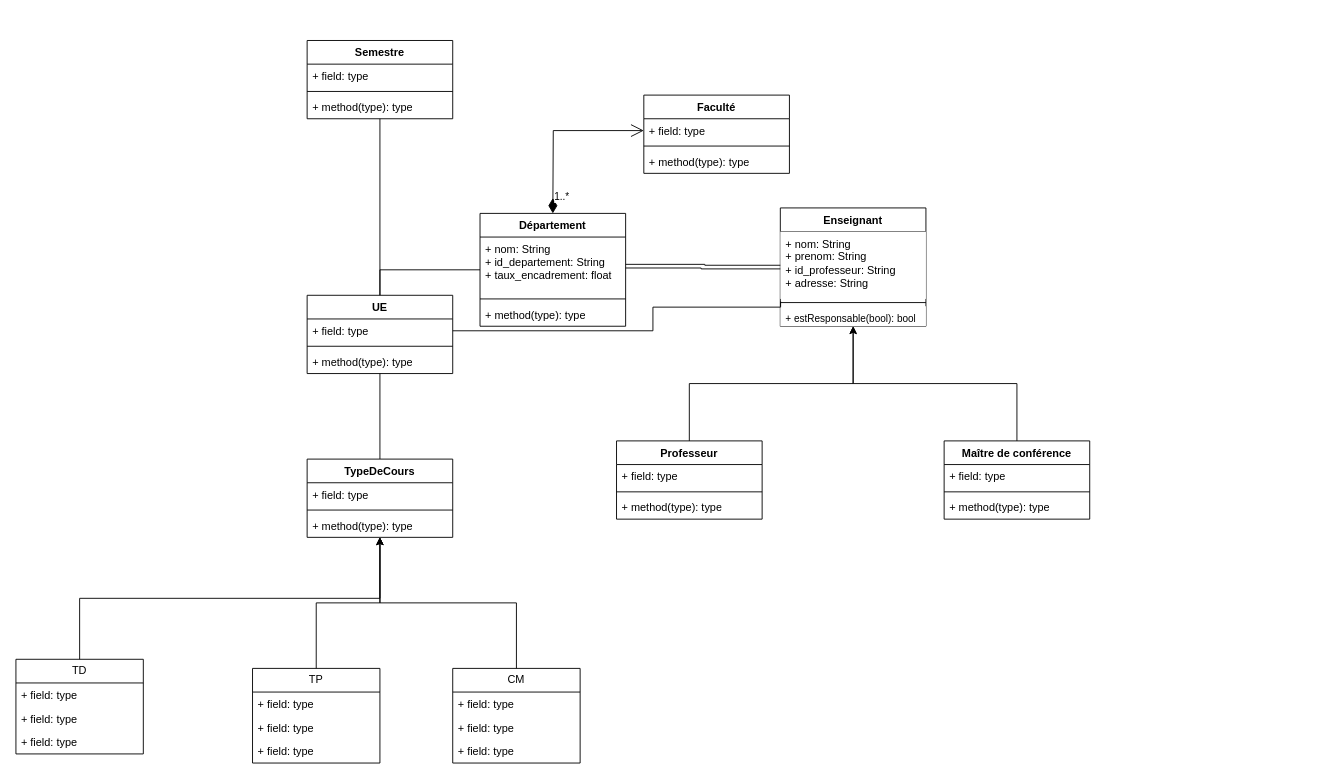
Earlier version of the draw.io diagram UML.drawio (PolleEdouard/projet_POO). Source tidied: cells renumbered, new cells numbered last; positions are measured from the earlier drawing's top-left corner, leaving out a move shared by most shapes. Both pictures are drawn from the tidied source at 91%, with x=0, y=0 at pixel (15, 40).
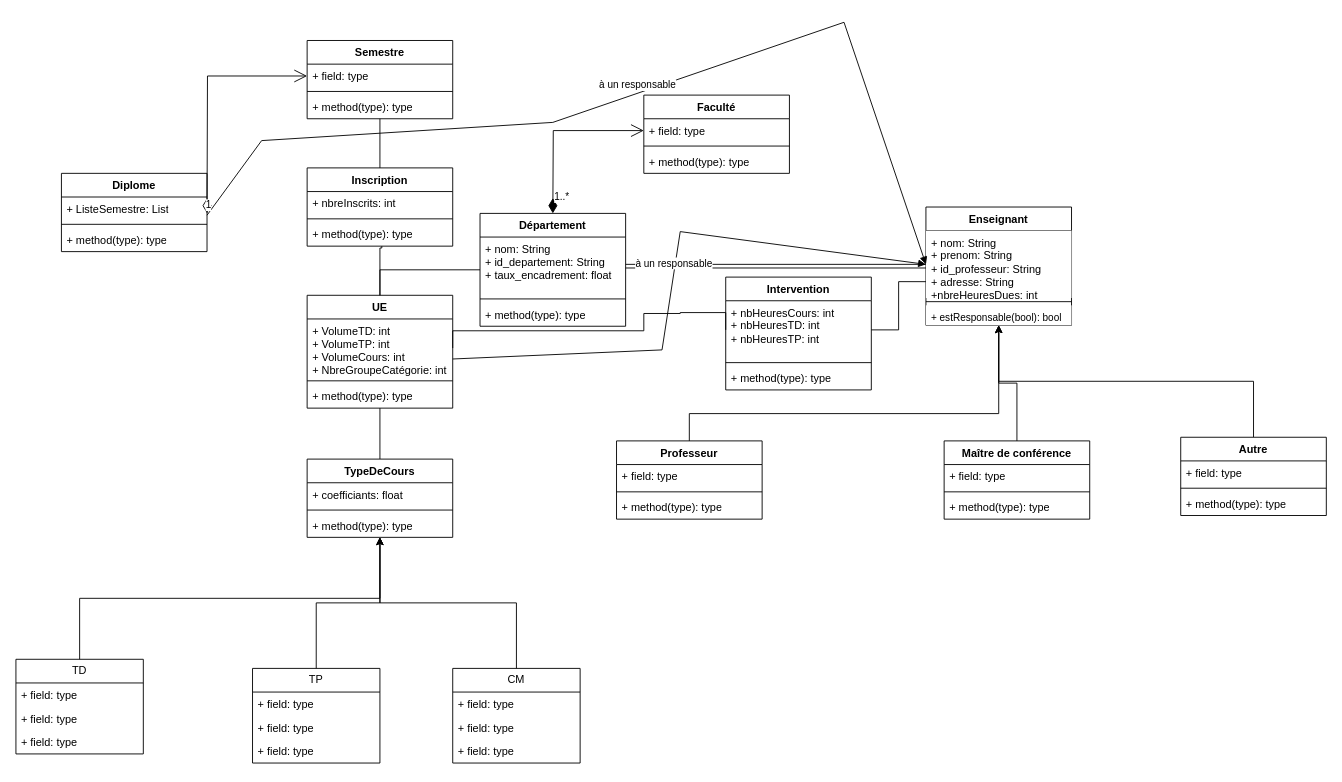
The same page after the edit.

Commit message:
Mise à jour de l'UML, normalement il s'agit de la version finale mais il faudra tout de même rajouter les multiplicités

The change refers to these unchanged cells:
```xml
<mxCell id="8" value="TypeDeCours" style="swimlane;fontStyle=1;align=center;verticalAlign=top;horizontal=1;startSize=26;whiteSpace=wrap;html=1;" parent="1" vertex="1">
  <mxGeometry x="320" y="460" width="160" height="86" as="geometry" />
</mxCell>
<mxCell id="27" value="Semestre" style="swimlane;fontStyle=1;align=center;verticalAlign=top;horizontal=1;startSize=26;whiteSpace=wrap;html=1;" parent="1" vertex="1">
  <mxGeometry x="320" width="160" height="86" as="geometry" />
</mxCell>
<mxCell id="28" value="+ field: type" style="text;strokeColor=none;fillColor=none;align=left;verticalAlign=top;spacingLeft=4;spacingRight=4;overflow=hidden;points=[[0,0.5],[1,0.5]];portConstraint=eastwest;whiteSpace=wrap;html=1;" parent="27" vertex="1">
  <mxGeometry y="26" width="160" height="26" as="geometry" />
</mxCell>
<mxCell id="46" value="Professeur" style="swimlane;fontStyle=1;align=center;verticalAlign=top;horizontal=1;startSize=26;whiteSpace=wrap;html=1;" parent="1" vertex="1">
  <mxGeometry x="660" y="440" width="160" height="86" as="geometry" />
</mxCell>
```

What changed in the source:
```diff
@@
-    <mxCell id="2" style="edgeStyle=orthogonalEdgeStyle;rounded=0;jettySize=auto;html=1;exitX=0.5;exitY=0;exitDx=0;exitDy=0;endArrow=none;endFill=0;" parent="1" edge="1" source="3" target="27">
+    <mxCell id="2" style="edgeStyle=orthogonalEdgeStyle;rounded=0;jettySize=auto;html=1;exitX=0.5;exitY=0;exitDx=0;exitDy=0;endArrow=none;endFill=0;" parent="1" edge="1" source="62" target="27">
       <mxGeometry relative="1" as="geometry" />
     </mxCell>
     <mxCell id="3" value="UE" style="swimlane;fontStyle=1;align=center;verticalAlign=top;horizontal=1;startSize=26;whiteSpace=wrap;html=1;" parent="1" vertex="1">
-      <mxGeometry x="320" y="280" width="160" height="86" as="geometry" />
+      <mxGeometry x="320" y="280" width="160" height="124" as="geometry" />
     </mxCell>
-    <mxCell id="4" value="+ field: type" style="text;strokeColor=none;fillColor=none;align=left;verticalAlign=top;spacingLeft=4;spacingRight=4;overflow=hidden;points=[[0,0.5],[1,0.5]];portConstraint=eastwest;whiteSpace=wrap;html=1;" parent="3" vertex="1">
-      <mxGeometry y="26" width="160" height="26" as="geometry" />
+    <mxCell id="4" value="+ VolumeTD: int&lt;br&gt;+ VolumeTP: int&lt;br&gt;+ VolumeCours: int&lt;div&gt;+ NbreGroupeCatégorie: int&lt;/div&gt;" style="text;strokeColor=none;fillColor=none;align=left;verticalAlign=top;spacingLeft=4;spacingRight=4;overflow=hidden;points=[[0,0.5],[1,0.5]];portConstraint=eastwest;whiteSpace=wrap;html=1;" parent="3" vertex="1">
+      <mxGeometry y="26" width="160" height="64" as="geometry" />
     </mxCell>
     <mxCell id="5" style="line;strokeWidth=1;fillColor=none;align=left;verticalAlign=middle;spacingTop=-1;spacingLeft=3;spacingRight=3;labelPosition=right;strokeColor=inherit;" parent="3" vertex="1">
-      <mxGeometry y="52" width="160" height="8" as="geometry" />
+      <mxGeometry y="90" width="160" height="8" as="geometry" />
     </mxCell>
     <mxCell id="6" value="+ method(type): type" style="text;strokeColor=none;fillColor=none;align=left;verticalAlign=top;spacingLeft=4;spacingRight=4;overflow=hidden;whiteSpace=wrap;html=1;" parent="3" vertex="1">
-      <mxGeometry y="60" width="160" height="26" as="geometry" />
+      <mxGeometry y="98" width="160" height="26" as="geometry" />
     </mxCell>
@@
-    <mxCell id="9" value="+ field: type" style="text;strokeColor=none;fillColor=none;align=left;verticalAlign=top;spacingLeft=4;spacingRight=4;overflow=hidden;whiteSpace=wrap;html=1;" parent="8" vertex="1">
+    <mxCell id="9" value="+ coefficiants: float" style="text;strokeColor=none;fillColor=none;align=left;verticalAlign=top;spacingLeft=4;spacingRight=4;overflow=hidden;whiteSpace=wrap;html=1;" parent="8" vertex="1">
       <mxGeometry y="26" width="160" height="26" as="geometry" />
     </mxCell>
@@
     <mxCell id="37" value="Enseignant" style="swimlane;fontStyle=1;align=center;verticalAlign=top;horizontal=1;startSize=26;whiteSpace=wrap;html=1;fillColor=default;" parent="1" vertex="1">
-      <mxGeometry x="840" y="184" width="160" height="130" as="geometry" />
+      <mxGeometry x="1000" y="183" width="160" height="130" as="geometry" />
     </mxCell>
-    <mxCell id="38" value="+ nom: String&lt;div&gt;+ prenom: String&lt;/div&gt;&lt;div&gt;+ id_professeur: String&lt;/div&gt;&lt;div&gt;+ adresse: String&lt;/div&gt;" style="text;strokeColor=none;fillColor=default;align=left;verticalAlign=top;spacingLeft=4;spacingRight=4;overflow=hidden;points=[[0,0.5],[1,0.5]];portConstraint=eastwest;whiteSpace=wrap;html=1;" parent="37" vertex="1">
+    <mxCell id="38" value="+ nom: String&lt;div&gt;+ prenom: String&lt;/div&gt;&lt;div&gt;+ id_professeur: String&lt;/div&gt;&lt;div&gt;+ adresse: String&lt;/div&gt;&lt;div&gt;+nbreHeuresDues: int&lt;/div&gt;" style="text;strokeColor=none;fillColor=default;align=left;verticalAlign=top;spacingLeft=4;spacingRight=4;overflow=hidden;points=[[0,0.5],[1,0.5]];portConstraint=eastwest;whiteSpace=wrap;html=1;" parent="37" vertex="1">
       <mxGeometry y="26" width="160" height="74" as="geometry" />
     </mxCell>
@@
     <mxCell id="45" style="edgeStyle=orthogonalEdgeStyle;rounded=0;jettySize=auto;html=1;exitX=0.5;exitY=0;exitDx=0;exitDy=0;" parent="1" edge="1" source="46" target="37">
-      <mxGeometry relative="1" as="geometry" />
+      <mxGeometry relative="1" as="geometry">
+        <Array as="points">
+          <mxPoint x="740" y="410" />
+          <mxPoint x="1080" y="410" />
+        </Array>
+      </mxGeometry>
     </mxCell>
@@
-    <mxCell id="56" style="edgeStyle=orthogonalEdgeStyle;rounded=0;jettySize=auto;html=1;exitX=1;exitY=0.5;exitDx=0;exitDy=0;entryX=0.002;entryY=1.037;entryDx=0;entryDy=0;entryPerimeter=0;endArrow=none;endFill=0;" parent="1" edge="1" source="4" target="38">
+    <mxCell id="56" style="edgeStyle=orthogonalEdgeStyle;rounded=0;jettySize=auto;html=1;exitX=1;exitY=0.5;exitDx=0;exitDy=0;entryX=0;entryY=0.5;entryDx=0;entryDy=0;endArrow=none;endFill=0;" parent="1" edge="1" source="4" target="58">
       <mxGeometry relative="1" as="geometry">
         <Array as="points">
-          <mxPoint x="700" y="319" />
-          <mxPoint x="700" y="293" />
+          <mxPoint x="690" y="319" />
+          <mxPoint x="690" y="300" />
+          <mxPoint x="730" y="300" />
+          <mxPoint x="730" y="299" />
         </Array>
       </mxGeometry>
     </mxCell>
+    <mxCell id="57" value="Intervention" style="swimlane;fontStyle=1;align=center;verticalAlign=top;horizontal=1;startSize=26;whiteSpace=wrap;html=1;" parent="1" vertex="1">
+      <mxGeometry x="780" y="260" width="160" height="124" as="geometry" />
+    </mxCell>
+    <mxCell id="58" value="+ nbHeuresCours: int&lt;div&gt;+ nbHeuresTD: int&lt;br&gt;+ nbHeuresTP: int&lt;/div&gt;" style="text;strokeColor=none;fillColor=none;align=left;verticalAlign=top;spacingLeft=4;spacingRight=4;overflow=hidden;points=[[0,0.5],[1,0.5]];portConstraint=eastwest;whiteSpace=wrap;html=1;" parent="57" vertex="1">
+      <mxGeometry y="26" width="160" height="64" as="geometry" />
+    </mxCell>
+    <mxCell id="59" style="line;strokeWidth=1;fillColor=none;align=left;verticalAlign=middle;spacingTop=-1;spacingLeft=3;spacingRight=3;labelPosition=right;strokeColor=inherit;" parent="57" vertex="1">
+      <mxGeometry y="90" width="160" height="8" as="geometry" />
+    </mxCell>
+    <mxCell id="60" value="+ method(type): type" style="text;strokeColor=none;fillColor=none;align=left;verticalAlign=top;spacingLeft=4;spacingRight=4;overflow=hidden;whiteSpace=wrap;html=1;" parent="57" vertex="1">
+      <mxGeometry y="98" width="160" height="26" as="geometry" />
+    </mxCell>
+    <mxCell id="61" style="edgeStyle=orthogonalEdgeStyle;rounded=0;jettySize=auto;html=1;exitX=1;exitY=0.5;exitDx=0;exitDy=0;entryX=0;entryY=0.757;entryDx=0;entryDy=0;endArrow=none;endFill=0;entryPerimeter=0;" parent="1" edge="1" source="58" target="38">
+      <mxGeometry relative="1" as="geometry" />
+    </mxCell>
+    <mxCell id="62" value="Inscription" style="swimlane;fontStyle=1;align=center;verticalAlign=top;horizontal=1;startSize=26;whiteSpace=wrap;html=1;" parent="1" vertex="1">
+      <mxGeometry x="320" y="140" width="160" height="86" as="geometry" />
+    </mxCell>
+    <mxCell id="63" value="+ nbreInscrits: int" style="text;strokeColor=none;fillColor=none;align=left;verticalAlign=top;spacingLeft=4;spacingRight=4;overflow=hidden;whiteSpace=wrap;html=1;" parent="62" vertex="1">
+      <mxGeometry y="26" width="160" height="26" as="geometry" />
+    </mxCell>
+    <mxCell id="64" value="à un responsable" style="html=1;verticalAlign=bottom;endArrow=block;curved=0;rounded=0;entryX=0;entryY=0.5;entryDx=0;entryDy=0;" parent="62" edge="1" target="38">
+      <mxGeometry relative="1" as="geometry">
+        <mxPoint x="-110" y="52" as="sourcePoint" />
+        <Array as="points">
+          <mxPoint x="-50" y="-30" />
+          <mxPoint x="270" y="-50" />
+          <mxPoint x="590" y="-160" />
+        </Array>
+      </mxGeometry>
+    </mxCell>
+    <mxCell id="65" style="line;strokeWidth=1;fillColor=none;align=left;verticalAlign=middle;spacingTop=-1;spacingLeft=3;spacingRight=3;labelPosition=right;strokeColor=inherit;" parent="62" vertex="1">
+      <mxGeometry y="52" width="160" height="8" as="geometry" />
+    </mxCell>
+    <mxCell id="66" value="+ method(type): type" style="text;strokeColor=none;fillColor=none;align=left;verticalAlign=top;spacingLeft=4;spacingRight=4;overflow=hidden;points=[[0,0.5],[1,0.5]];portConstraint=eastwest;whiteSpace=wrap;html=1;" parent="62" vertex="1">
+      <mxGeometry y="60" width="160" height="26" as="geometry" />
+    </mxCell>
+    <mxCell id="67" style="edgeStyle=orthogonalEdgeStyle;rounded=0;jettySize=auto;html=1;exitX=0.5;exitY=0;exitDx=0;exitDy=0;entryX=0.513;entryY=1;entryDx=0;entryDy=0;entryPerimeter=0;endArrow=none;endFill=0;" parent="1" edge="1" source="3" target="66">
+      <mxGeometry relative="1" as="geometry">
+        <Array as="points">
+          <mxPoint x="400" y="228" />
+          <mxPoint x="402" y="228" />
+        </Array>
+      </mxGeometry>
+    </mxCell>
+    <mxCell id="68" value="Diplome" style="swimlane;fontStyle=1;align=center;verticalAlign=top;horizontal=1;startSize=26;whiteSpace=wrap;html=1;" parent="1" vertex="1">
+      <mxGeometry x="50" y="146" width="160" height="86" as="geometry" />
+    </mxCell>
+    <mxCell id="69" value="+ ListeSemestre: List" style="text;strokeColor=none;fillColor=none;align=left;verticalAlign=top;spacingLeft=4;spacingRight=4;overflow=hidden;whiteSpace=wrap;html=1;" parent="68" vertex="1">
+      <mxGeometry y="26" width="160" height="26" as="geometry" />
+    </mxCell>
+    <mxCell id="70" style="line;strokeWidth=1;fillColor=none;align=left;verticalAlign=middle;spacingTop=-1;spacingLeft=3;spacingRight=3;labelPosition=right;strokeColor=inherit;" parent="68" vertex="1">
+      <mxGeometry y="52" width="160" height="8" as="geometry" />
+    </mxCell>
+    <mxCell id="71" value="+ method(type): type" style="text;strokeColor=none;fillColor=none;align=left;verticalAlign=top;spacingLeft=4;spacingRight=4;overflow=hidden;whiteSpace=wrap;html=1;" parent="68" vertex="1">
+      <mxGeometry y="60" width="160" height="26" as="geometry" />
+    </mxCell>
+    <mxCell id="72" value="1" style="endArrow=open;html=1;endSize=12;startArrow=diamondThin;startSize=14;startFill=0;edgeStyle=orthogonalEdgeStyle;align=left;verticalAlign=bottom;rounded=0;entryX=0;entryY=0.5;entryDx=0;entryDy=0;" parent="1" edge="1" target="28">
+      <mxGeometry x="-1" y="3" relative="1" as="geometry">
+        <mxPoint x="210" y="190" as="sourcePoint" />
+      </mxGeometry>
+    </mxCell>
+    <mxCell id="73" style="edgeStyle=orthogonalEdgeStyle;rounded=0;jettySize=auto;html=1;exitX=0.5;exitY=0;exitDx=0;exitDy=0;entryX=0.5;entryY=1;entryDx=0;entryDy=0;" parent="1" edge="1" source="74" target="37">
+      <mxGeometry relative="1" as="geometry" />
+    </mxCell>
+    <mxCell id="74" value="Autre" style="swimlane;fontStyle=1;align=center;verticalAlign=top;horizontal=1;startSize=26;whiteSpace=wrap;html=1;" parent="1" vertex="1">
+      <mxGeometry x="1280" y="436" width="160" height="86" as="geometry" />
+    </mxCell>
+    <mxCell id="75" value="+ field: type" style="text;strokeColor=none;fillColor=none;align=left;verticalAlign=top;spacingLeft=4;spacingRight=4;overflow=hidden;whiteSpace=wrap;html=1;" parent="74" vertex="1">
+      <mxGeometry y="26" width="160" height="26" as="geometry" />
+    </mxCell>
+    <mxCell id="76" style="line;strokeWidth=1;fillColor=none;align=left;verticalAlign=middle;spacingTop=-1;spacingLeft=3;spacingRight=3;labelPosition=right;strokeColor=inherit;" parent="74" vertex="1">
+      <mxGeometry y="52" width="160" height="8" as="geometry" />
+    </mxCell>
+    <mxCell id="77" value="+ method(type): type" style="text;strokeColor=none;fillColor=none;align=left;verticalAlign=top;spacingLeft=4;spacingRight=4;overflow=hidden;whiteSpace=wrap;html=1;" parent="74" vertex="1">
+      <mxGeometry y="60" width="160" height="26" as="geometry" />
+    </mxCell>
+    <mxCell id="78" value="à un responsable" style="html=1;verticalAlign=bottom;endArrow=block;curved=0;rounded=0;entryX=0;entryY=0.5;entryDx=0;entryDy=0;" parent="1" edge="1" target="38">
+      <mxGeometry relative="1" as="geometry">
+        <mxPoint x="480" y="350" as="sourcePoint" />
+        <Array as="points">
+          <mxPoint x="710" y="340" />
+          <mxPoint x="730" y="210" />
+        </Array>
+      </mxGeometry>
+    </mxCell>
```
